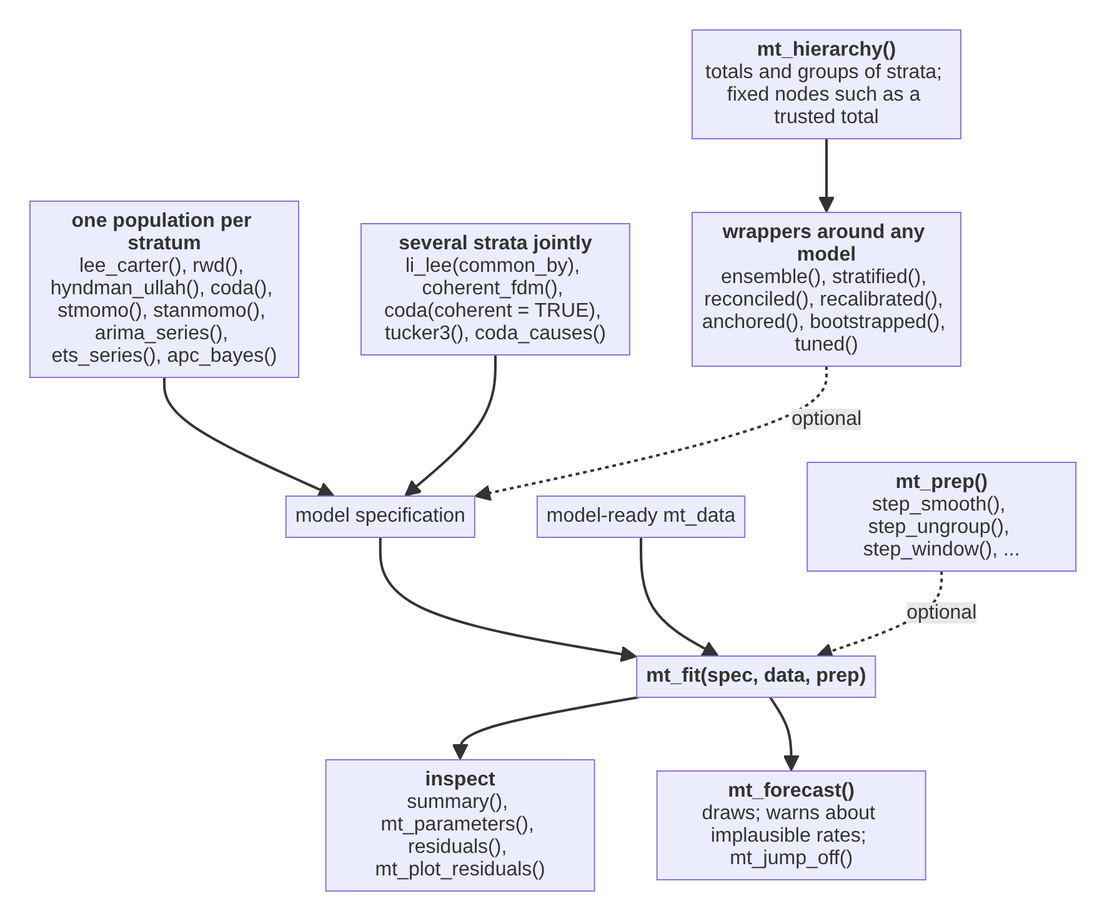
Above: vignettes/articles/function-map-models.png in kalleEF/mortensor (Mermaid), before the change. Its source is kept beside it as dev/diagrams/function-map-models.mmd.
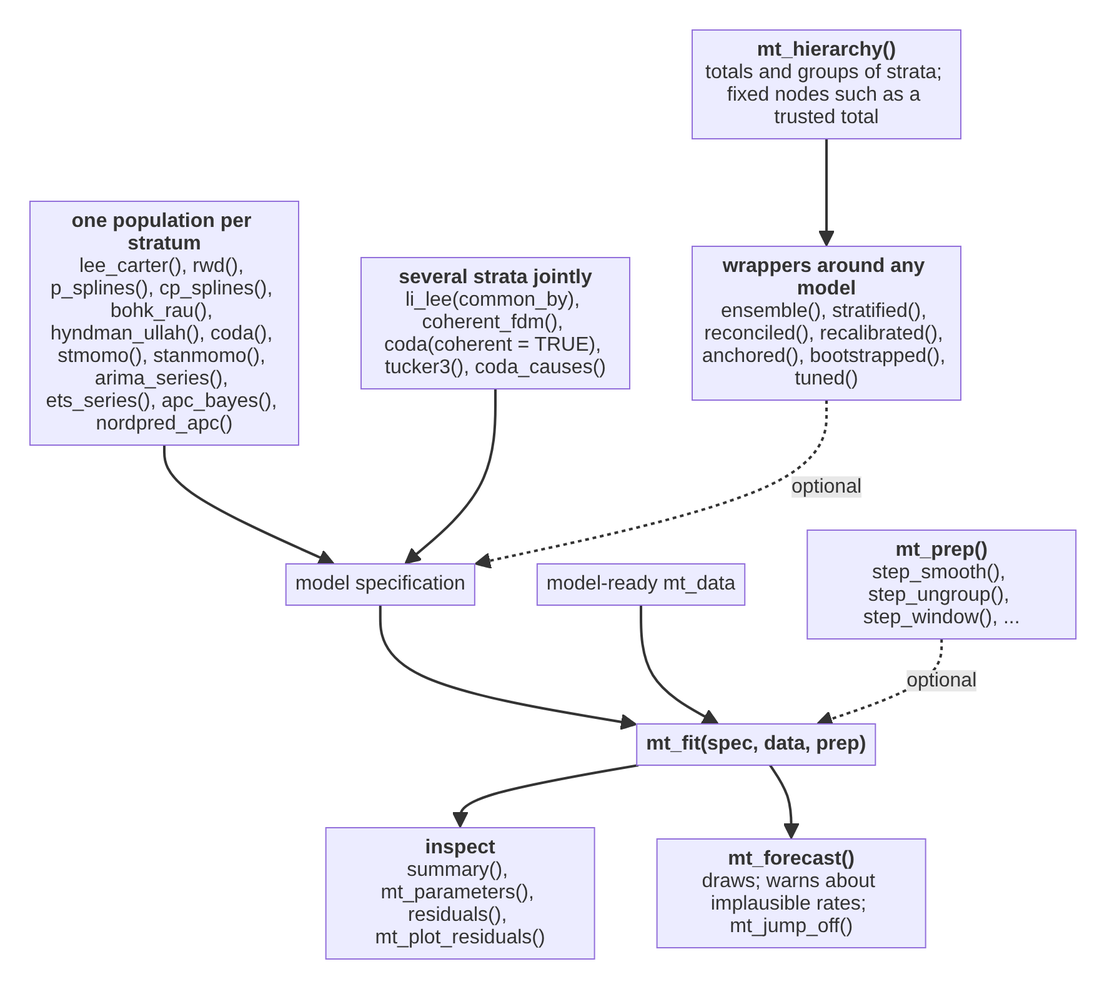
The same file after the commit.

Commit message:
Docs: reference documentation describes the E4 models and methods

Diff of the diagram source:
```diff
@@ -1,6 +1,6 @@
 flowchart TD
   ONE["`**one population per stratum**
-  lee_carter(), rwd(), hyndman_ullah(), coda(), stmomo(), stanmomo(), arima_series(), ets_series(), apc_bayes()`"]
+  lee_carter(), rwd(), p_splines(), cp_splines(), bohk_rau(), hyndman_ullah(), coda(), stmomo(), stanmomo(), arima_series(), ets_series(), apc_bayes(), nordpred_apc()`"]
   MANY["`**several strata jointly**
   li_lee(common_by), coherent_fdm(), coda(coherent = TRUE), tucker3(), coda_causes()`"]
   H["`**mt_hierarchy()**
```
